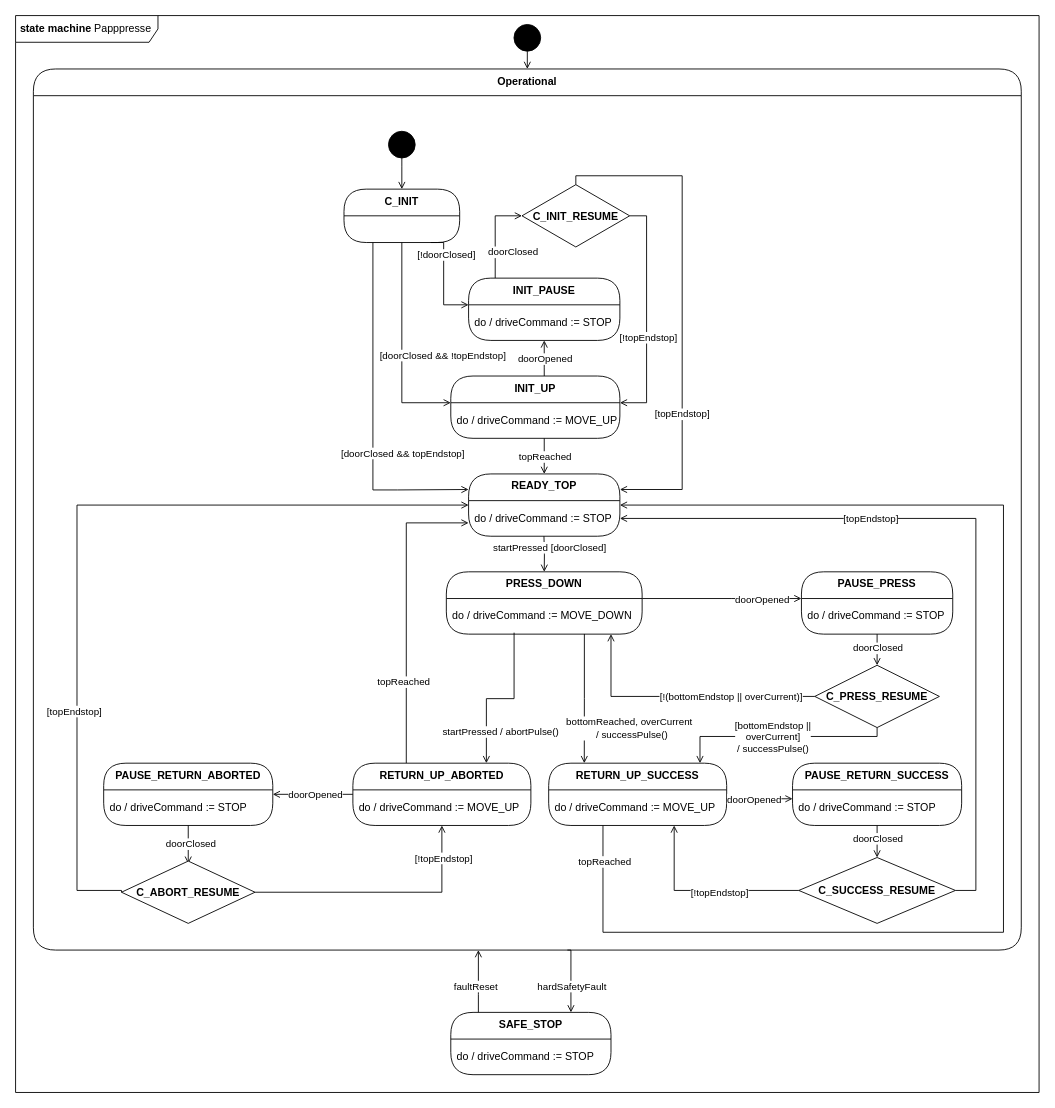
niklasdathe/Papppresse keeps this draw.io diagram as diagrams/state machine Papppresse.drawio. Above is the earlier version. Source tidied: cells renumbered, new cells numbered last; positions are measured from the earlier drawing's top-left corner, leaving out a move shared by most shapes. Both pictures are drawn from the tidied source at 89%, with x=0, y=0 at pixel (15, 15).
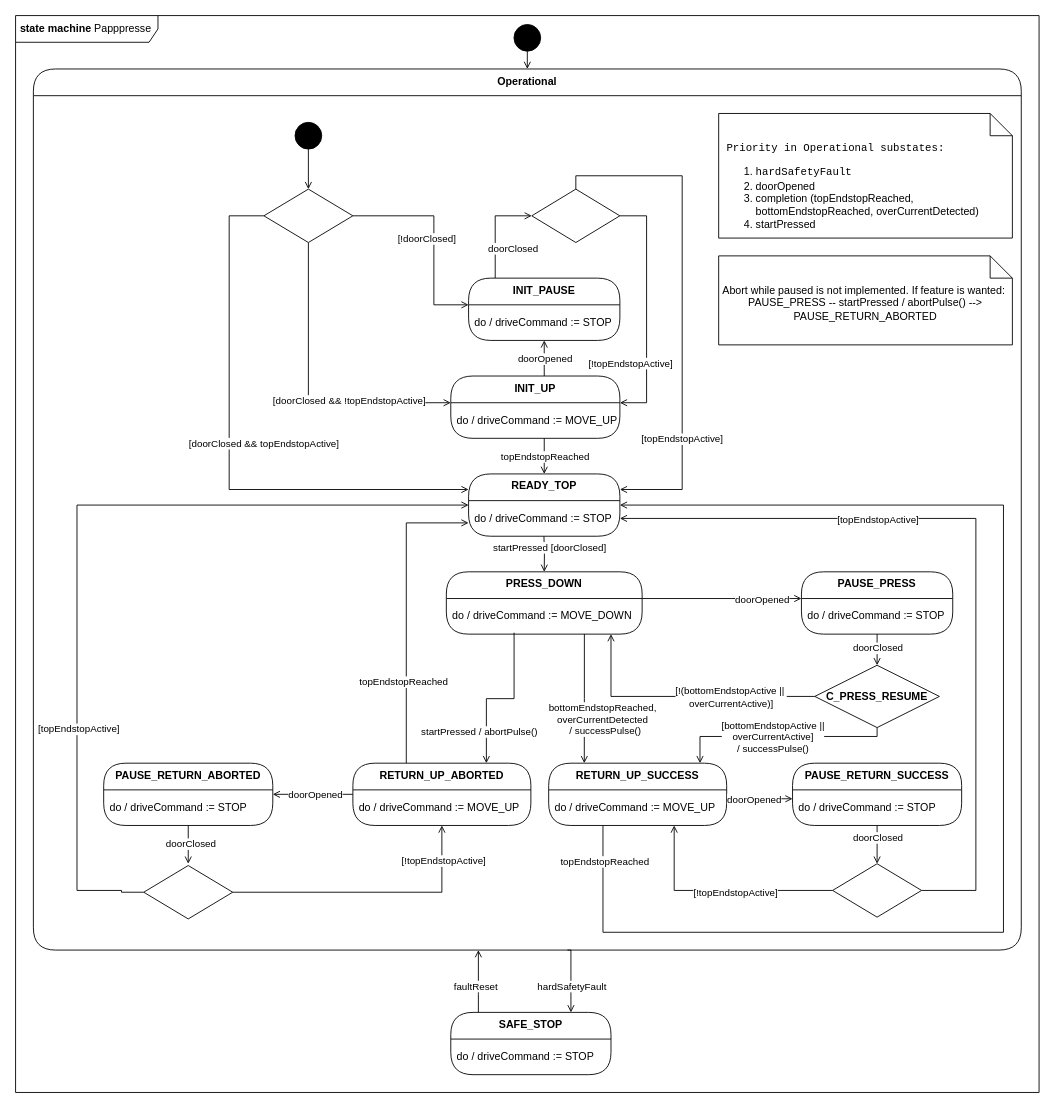
Above is the later version.

Unchanged cells that the change refers to:
```xml
<mxCell id="13" value="do / driveCommand := STOP" style="fillColor=none;strokeColor=none;align=left;verticalAlign=middle;spacingLeft=5;whiteSpace=wrap;html=1;" parent="12" vertex="1">
  <mxGeometry y="30" width="170" height="40" as="geometry" />
</mxCell>
<mxCell id="17" value="do / driveCommand := MOVE_UP" style="fillColor=none;strokeColor=none;align=left;verticalAlign=middle;spacingLeft=5;whiteSpace=wrap;html=1;" parent="16" vertex="1">
  <mxGeometry y="30" width="190" height="40" as="geometry" />
</mxCell>
<mxCell id="18" value="READY_TOP" style="swimlane;fontStyle=1;align=center;verticalAlign=top;horizontal=1;startSize=30;html=1;rounded=1;absoluteArcSize=1;arcSize=50;whiteSpace=wrap;" parent="1" vertex="1">
  <mxGeometry x="509" y="515" width="170" height="70" as="geometry" />
</mxCell>
<mxCell id="36" style="edgeStyle=orthogonalEdgeStyle;rounded=0;jettySize=auto;html=1;endArrow=open;endFill=0;" parent="1" edge="1" source="38" target="18">
  <mxGeometry relative="1" as="geometry">
    <Array as="points">
      <mxPoint x="439" y="570" />
    </Array>
  </mxGeometry>
</mxCell>
<mxCell id="49" style="edgeStyle=orthogonalEdgeStyle;rounded=0;jettySize=auto;html=1;entryX=0.5;entryY=0;entryDx=0;entryDy=0;endArrow=open;endFill=0;" parent="1" edge="1" source="17" target="18">
  <mxGeometry relative="1" as="geometry">
    <Array as="points">
      <mxPoint x="594" y="495" />
      <mxPoint x="594" y="495" />
    </Array>
  </mxGeometry>
</mxCell>
<mxCell id="51" style="edgeStyle=orthogonalEdgeStyle;rounded=0;jettySize=auto;html=1;entryX=1;entryY=0;entryDx=0;entryDy=0;exitX=1;exitY=0.5;exitDx=0;exitDy=0;endArrow=open;endFill=0;" parent="1" edge="1" source="84" target="17">
  <mxGeometry relative="1" as="geometry">
    <Array as="points">
      <mxPoint x="709" y="225" />
      <mxPoint x="709" y="435" />
    </Array>
  </mxGeometry>
</mxCell>
<mxCell id="54" style="edgeStyle=orthogonalEdgeStyle;rounded=0;jettySize=auto;html=1;entryX=1;entryY=0.25;entryDx=0;entryDy=0;exitX=0.5;exitY=0;exitDx=0;exitDy=0;endArrow=open;endFill=0;" parent="1" edge="1" source="84" target="18">
  <mxGeometry relative="1" as="geometry">
    <Array as="points">
      <mxPoint x="630" y="180" />
      <mxPoint x="749" y="180" />
      <mxPoint x="749" y="532" />
    </Array>
  </mxGeometry>
</mxCell>
<mxCell id="58" style="edgeStyle=orthogonalEdgeStyle;rounded=0;jettySize=auto;html=1;endArrow=open;endFill=0;exitX=0.5;exitY=1;exitDx=0;exitDy=0;" parent="1" edge="1" source="85" target="28">
  <mxGeometry relative="1" as="geometry">
    <Array as="points">
      <mxPoint x="968" y="810" />
      <mxPoint x="769" y="810" />
    </Array>
  </mxGeometry>
</mxCell>
<mxCell id="60" style="edgeStyle=orthogonalEdgeStyle;rounded=0;jettySize=auto;html=1;exitX=0;exitY=0.5;exitDx=0;exitDy=0;endArrow=open;endFill=0;" parent="1" edge="1" source="85" target="23">
  <mxGeometry relative="1" as="geometry">
    <Array as="points">
      <mxPoint x="669" y="765" />
    </Array>
  </mxGeometry>
</mxCell>
<mxCell id="64" style="edgeStyle=orthogonalEdgeStyle;rounded=0;jettySize=auto;html=1;entryX=1;entryY=0.5;entryDx=0;entryDy=0;endArrow=open;endFill=0;exitX=1;exitY=0.5;exitDx=0;exitDy=0;" parent="1" edge="1" source="86" target="19">
  <mxGeometry relative="1" as="geometry">
    <Array as="points">
      <mxPoint x="1079" y="983" />
      <mxPoint x="1079" y="565" />
    </Array>
  </mxGeometry>
</mxCell>
<mxCell id="66" style="edgeStyle=orthogonalEdgeStyle;rounded=0;jettySize=auto;html=1;endArrow=open;endFill=0;exitX=0;exitY=0.5;exitDx=0;exitDy=0;" parent="1" edge="1" source="86" target="28">
  <mxGeometry relative="1" as="geometry">
    <Array as="points">
      <mxPoint x="740" y="983" />
    </Array>
  </mxGeometry>
</mxCell>
<mxCell id="68" style="edgeStyle=orthogonalEdgeStyle;rounded=0;jettySize=auto;html=1;endArrow=open;endFill=0;exitX=0.705;exitY=0.996;exitDx=0;exitDy=0;exitPerimeter=0;" parent="1" edge="1" source="23">
  <mxGeometry relative="1" as="geometry">
    <mxPoint x="639" y="840" as="targetPoint" />
  </mxGeometry>
</mxCell>
<mxCell id="72" style="edgeStyle=orthogonalEdgeStyle;rounded=0;jettySize=auto;html=1;endArrow=open;endFill=0;jumpStyle=arc;" parent="1" edge="1" source="28" target="18">
  <mxGeometry relative="1" as="geometry">
    <Array as="points">
      <mxPoint x="660" y="1030" />
      <mxPoint x="1110" y="1030" />
      <mxPoint x="1110" y="550" />
    </Array>
  </mxGeometry>
</mxCell>
<mxCell id="74" style="edgeStyle=orthogonalEdgeStyle;rounded=0;jettySize=auto;html=1;entryX=0.75;entryY=0;entryDx=0;entryDy=0;exitX=0.346;exitY=0.959;exitDx=0;exitDy=0;exitPerimeter=0;endArrow=open;endFill=0;" parent="1" edge="1" source="23" target="38">
  <mxGeometry relative="1" as="geometry" />
</mxCell>
<mxCell id="76" style="edgeStyle=orthogonalEdgeStyle;rounded=0;jettySize=auto;html=1;endArrow=open;endFill=0;exitX=0;exitY=0.5;exitDx=0;exitDy=0;" parent="1" edge="1" source="87" target="18">
  <mxGeometry relative="1" as="geometry">
    <Array as="points">
      <mxPoint x="119" y="983" />
      <mxPoint x="69" y="983" />
      <mxPoint x="69" y="550" />
    </Array>
  </mxGeometry>
</mxCell>
<mxCell id="78" style="edgeStyle=orthogonalEdgeStyle;rounded=0;jettySize=auto;html=1;endArrow=open;endFill=0;exitX=1;exitY=0.5;exitDx=0;exitDy=0;" parent="1" edge="1" source="87" target="38">
  <mxGeometry relative="1" as="geometry" />
</mxCell>
```

Diff of the diagram source:
```diff
@@
-    <mxCell id="37" value="topReached" style="edgeLabel;html=1;align=center;verticalAlign=middle;" parent="36" vertex="1">
+    <mxCell id="37" value="topEndstopReached" style="edgeLabel;html=1;align=center;verticalAlign=middle;" parent="36" vertex="1">
       <mxGeometry x="-0.46" y="4" relative="1" as="geometry" />
     </mxCell>
@@
-    <mxCell id="41" style="edgeStyle=orthogonalEdgeStyle;rounded=0;jettySize=auto;html=1;entryX=0.5;entryY=0;entryDx=0;entryDy=0;endArrow=open;endFill=0;exitX=0.5;exitY=1;exitDx=0;exitDy=0;" parent="1" edge="1" target="48">
-      <mxGeometry relative="1" as="geometry">
-        <mxPoint x="434" y="160" as="sourcePoint" />
-        <Array as="points">
-          <mxPoint x="434" y="170" />
-          <mxPoint x="434" y="170" />
-        </Array>
-      </mxGeometry>
+    <mxCell id="41" style="edgeStyle=orthogonalEdgeStyle;rounded=0;jettySize=auto;html=1;entryX=0.5;entryY=0;entryDx=0;entryDy=0;endArrow=open;endFill=0;" parent="1" edge="1" source="83" target="88">
+      <mxGeometry relative="1" as="geometry" />
     </mxCell>
-    <mxCell id="42" style="edgeStyle=orthogonalEdgeStyle;rounded=0;jettySize=auto;html=1;exitX=0.75;exitY=1;exitDx=0;exitDy=0;entryX=0;entryY=0;entryDx=0;entryDy=0;endArrow=open;endFill=0;" parent="1" edge="1" source="48" target="13">
+    <mxCell id="42" style="edgeStyle=orthogonalEdgeStyle;rounded=0;jettySize=auto;html=1;exitX=1;exitY=0.5;exitDx=0;exitDy=0;entryX=0;entryY=0;entryDx=0;entryDy=0;endArrow=open;endFill=0;" parent="1" edge="1" source="88" target="13">
       <mxGeometry relative="1" as="geometry">
         <Array as="points">
-          <mxPoint x="481" y="325" />
+          <mxPoint x="470" y="225" />
+          <mxPoint x="470" y="325" />
         </Array>
       </mxGeometry>
     </mxCell>
     <mxCell id="43" value="[!doorClosed]" style="edgeLabel;html=1;align=center;verticalAlign=middle;" parent="42" vertex="1">
-      <mxGeometry x="-0.5" y="2" relative="1" as="geometry" />
+      <mxGeometry x="-0.5" y="2" relative="1" as="geometry">
+        <mxPoint x="24" y="27" as="offset" />
+      </mxGeometry>
     </mxCell>
-    <mxCell id="44" style="edgeStyle=orthogonalEdgeStyle;rounded=0;jettySize=auto;html=1;exitX=0.5;exitY=1;exitDx=0;exitDy=0;entryX=0;entryY=0;entryDx=0;entryDy=0;endArrow=open;endFill=0;" parent="1" edge="1" source="48" target="17">
+    <mxCell id="44" style="edgeStyle=orthogonalEdgeStyle;rounded=0;jettySize=auto;html=1;exitX=0.5;exitY=1;exitDx=0;exitDy=0;entryX=0;entryY=0;entryDx=0;entryDy=0;endArrow=open;endFill=0;" parent="1" edge="1" source="88" target="17">
       <mxGeometry relative="1" as="geometry">
         <Array as="points">
-          <mxPoint x="434" y="435" />
+          <mxPoint x="329" y="435" />
         </Array>
       </mxGeometry>
     </mxCell>
-    <mxCell id="45" value="[doorClosed &amp;amp;&amp;amp; !topEndstop]" style="edgeLabel;html=1;align=center;verticalAlign=middle;" parent="44" vertex="1">
+    <mxCell id="45" value="[doorClosed &amp;amp;&amp;amp; !topEndstopActive]" style="edgeLabel;html=1;align=center;verticalAlign=middle;" parent="44" vertex="1">
       <mxGeometry x="-0.03" y="-4" relative="1" as="geometry">
         <mxPoint x="49" y="12" as="offset" />
       </mxGeometry>
     </mxCell>
-    <mxCell id="46" style="edgeStyle=orthogonalEdgeStyle;rounded=0;jettySize=auto;html=1;exitX=0.25;exitY=1;exitDx=0;exitDy=0;entryX=0;entryY=0.25;entryDx=0;entryDy=0;endArrow=open;endFill=0;" parent="1" edge="1" source="48" target="18">
+    <mxCell id="46" style="edgeStyle=orthogonalEdgeStyle;rounded=0;jettySize=auto;html=1;exitX=0;exitY=0.5;exitDx=0;exitDy=0;entryX=0;entryY=0.25;entryDx=0;entryDy=0;endArrow=open;endFill=0;" parent="1" edge="1" source="88" target="18">
       <mxGeometry relative="1" as="geometry">
         <Array as="points">
-          <mxPoint x="402" y="533" />
-          <mxPoint x="429" y="533" />
+          <mxPoint x="240" y="225" />
+          <mxPoint x="240" y="532" />
         </Array>
       </mxGeometry>
     </mxCell>
-    <mxCell id="47" value="[doorClosed &amp;amp;&amp;amp; topEndstop]" style="edgeLabel;html=1;align=center;verticalAlign=middle;" parent="46" vertex="1">
+    <mxCell id="47" value="[doorClosed &amp;amp;&amp;amp; topEndstopActive]" style="edgeLabel;html=1;align=center;verticalAlign=middle;" parent="46" vertex="1">
       <mxGeometry x="0.17" relative="1" as="geometry">
-        <mxPoint x="33" y="10" as="offset" />
+        <mxPoint x="25" y="-52" as="offset" />
       </mxGeometry>
     </mxCell>
-    <mxCell id="48" value="C_INIT" style="swimlane;fontStyle=1;align=center;verticalAlign=top;horizontal=1;startSize=30;html=1;rounded=1;absoluteArcSize=1;arcSize=50;whiteSpace=wrap;" parent="1" vertex="1">
-      <mxGeometry x="369" y="195" width="130" height="60" as="geometry" />
-    </mxCell>
@@
-    <mxCell id="50" value="topReached" style="edgeLabel;html=1;align=center;verticalAlign=middle;" parent="49" vertex="1">
+    <mxCell id="50" value="topEndstopReached" style="edgeLabel;html=1;align=center;verticalAlign=middle;" parent="49" vertex="1">
       <mxGeometry x="-0.13" y="-1" relative="1" as="geometry">
         <mxPoint x="1" y="3" as="offset" />
       </mxGeometry>
     </mxCell>
@@
-    <mxCell id="53" value="[!topEndstop]" style="edgeLabel;html=1;align=center;verticalAlign=middle;" parent="51" vertex="1">
-      <mxGeometry x="0.2" y="1" relative="1" as="geometry" />
+    <mxCell id="53" value="[!topEndstopActive]" style="edgeLabel;html=1;align=center;verticalAlign=middle;" parent="51" vertex="1">
+      <mxGeometry x="0.2" y="1" relative="1" as="geometry">
+        <mxPoint x="-20" y="33" as="offset" />
+      </mxGeometry>
     </mxCell>
@@
-    <mxCell id="55" value="[topEndstop]" style="edgeLabel;html=1;align=center;verticalAlign=middle;" parent="54" vertex="1">
-      <mxGeometry x="0.44" y="-1" relative="1" as="geometry" />
+    <mxCell id="55" value="[topEndstopActive]" style="edgeLabel;html=1;align=center;verticalAlign=middle;" parent="54" vertex="1">
+      <mxGeometry x="0.44" y="-1" relative="1" as="geometry">
+        <mxPoint y="29" as="offset" />
+      </mxGeometry>
     </mxCell>
@@
-    <mxCell id="59" value="[bottomEndstop ||&lt;div&gt;&amp;nbsp;overCurrent]&amp;nbsp;&lt;div&gt;/ successPulse()&lt;/div&gt;&lt;/div&gt;" style="edgeLabel;html=1;align=center;verticalAlign=middle;" parent="58" vertex="1">
+    <mxCell id="59" value="[bottomEndstopActive ||&lt;div&gt;&amp;nbsp;overCurrentActive]&amp;nbsp;&lt;div&gt;/ successPulse()&lt;/div&gt;&lt;/div&gt;" style="edgeLabel;html=1;align=center;verticalAlign=middle;" parent="58" vertex="1">
       <mxGeometry x="0.33" relative="1" as="geometry">
         <mxPoint x="31" as="offset" />
       </mxGeometry>
     </mxCell>
@@
-    <mxCell id="61" value="[!(bottomEndstop || overCurrent)]" style="edgeLabel;html=1;align=center;verticalAlign=middle;" parent="60" vertex="1">
+    <mxCell id="61" value="[!(bottomEndstopActive ||&amp;nbsp;&lt;div&gt;overCurrentActive)]&lt;/div&gt;" style="edgeLabel;html=1;align=center;verticalAlign=middle;" parent="60" vertex="1">
       <mxGeometry x="-0.09" y="-1" relative="1" as="geometry">
         <mxPoint x="41" y="1" as="offset" />
       </mxGeometry>
     </mxCell>
@@
-    <mxCell id="65" value="[topEndstop]" style="edgeLabel;html=1;align=center;verticalAlign=middle;" parent="64" vertex="1">
+    <mxCell id="65" value="[topEndstopActive]" style="edgeLabel;html=1;align=center;verticalAlign=middle;" parent="64" vertex="1">
       <mxGeometry x="0.07" relative="1" as="geometry">
-        <mxPoint x="-110" as="offset" />
+        <mxPoint x="-111" y="-8" as="offset" />
       </mxGeometry>
     </mxCell>
@@
-    <mxCell id="67" value="[!topEndstop]" style="edgeLabel;html=1;align=center;verticalAlign=middle;" parent="66" vertex="1">
+    <mxCell id="67" value="[!topEndstopActive]" style="edgeLabel;html=1;align=center;verticalAlign=middle;" parent="66" vertex="1">
       <mxGeometry x="0.04" relative="1" as="geometry">
         <mxPoint x="21" y="2" as="offset" />
       </mxGeometry>
     </mxCell>
@@
-    <mxCell id="69" value="bottomReached, overCurrent&amp;nbsp;&lt;div&gt;&amp;nbsp;/ successPulse()&lt;/div&gt;" style="edgeLabel;html=1;align=center;verticalAlign=middle;" parent="68" vertex="1">
+    <mxCell id="69" value="bottomEndstopReached,&amp;nbsp;&lt;div&gt;overCurrentDetected&amp;nbsp;&lt;div&gt;&amp;nbsp;/ successPulse()&lt;/div&gt;&lt;/div&gt;" style="edgeLabel;html=1;align=center;verticalAlign=middle;" parent="68" vertex="1">
       <mxGeometry x="0.14" y="-3" relative="1" as="geometry">
-        <mxPoint x="54" y="23" as="offset" />
+        <mxPoint x="24" y="13" as="offset" />
       </mxGeometry>
     </mxCell>
@@
-    <mxCell id="73" value="topReached" style="edgeLabel;html=1;align=center;verticalAlign=middle;" parent="72" vertex="1">
+    <mxCell id="73" value="topEndstopReached" style="edgeLabel;html=1;align=center;verticalAlign=middle;" parent="72" vertex="1">
       <mxGeometry x="-0.25" y="1" relative="1" as="geometry">
         <mxPoint x="-434" y="-79" as="offset" />
       </mxGeometry>
     </mxCell>
@@
     <mxCell id="75" value="startPressed / abortPulse()" style="edgeLabel;html=1;align=center;verticalAlign=middle;" parent="74" vertex="1">
       <mxGeometry x="0.59" y="-1" relative="1" as="geometry">
-        <mxPoint x="16" y="1" as="offset" />
+        <mxPoint x="-8" y="1" as="offset" />
       </mxGeometry>
     </mxCell>
@@
-    <mxCell id="77" value="[topEndstop]" style="edgeLabel;html=1;align=center;verticalAlign=middle;" parent="76" vertex="1">
-      <mxGeometry x="-0.45" y="4" relative="1" as="geometry" />
+    <mxCell id="77" value="[topEndstopActive]" style="edgeLabel;html=1;align=center;verticalAlign=middle;" parent="76" vertex="1">
+      <mxGeometry x="-0.45" y="4" relative="1" as="geometry">
+        <mxPoint x="5" y="2" as="offset" />
+      </mxGeometry>
     </mxCell>
@@
-    <mxCell id="79" value="[!topEndstop]" style="edgeLabel;html=1;align=center;verticalAlign=middle;" parent="78" vertex="1">
+    <mxCell id="79" value="[!topEndstopActive]" style="edgeLabel;html=1;align=center;verticalAlign=middle;" parent="78" vertex="1">
       <mxGeometry x="0.74" y="-1" relative="1" as="geometry">
         <mxPoint y="-1" as="offset" />
       </mxGeometry>
     </mxCell>
@@
     <mxCell id="83" style="ellipse;fillColor=strokeColor;html=1;" parent="1" vertex="1">
-      <mxGeometry x="419" y="130" width="30" height="30" as="geometry" />
+      <mxGeometry x="314" y="120" width="30" height="30" as="geometry" />
     </mxCell>
-    <mxCell id="84" value="C_INIT_RESUME" style="rhombus;fontStyle=1;" parent="1" vertex="1">
-      <mxGeometry x="569" y="190" width="121" height="70" as="geometry" />
+    <mxCell id="84" style="rhombus;fontStyle=1;" parent="1" vertex="1">
+      <mxGeometry x="580" y="195" width="99" height="60" as="geometry" />
     </mxCell>
@@
-    <mxCell id="86" value="C_SUCCESS_RESUME" style="rhombus;fontStyle=1;" parent="1" vertex="1">
-      <mxGeometry x="880" y="946" width="176" height="74" as="geometry" />
+    <mxCell id="86" style="rhombus;fontStyle=1;" parent="1" vertex="1">
+      <mxGeometry x="918" y="953" width="100" height="60" as="geometry" />
     </mxCell>
-    <mxCell id="87" value="C_ABORT_RESUME" style="rhombus;fontStyle=1;" parent="1" vertex="1">
-      <mxGeometry x="119" y="950" width="150" height="70" as="geometry" />
+    <mxCell id="87" style="rhombus;fontStyle=1;" parent="1" vertex="1">
+      <mxGeometry x="144" y="955" width="100" height="60" as="geometry" />
     </mxCell>
+    <mxCell id="88" style="rhombus;fontStyle=1;" parent="1" vertex="1">
+      <mxGeometry x="279" y="195" width="100" height="60" as="geometry" />
+    </mxCell>
+    <mxCell id="89" value="&lt;div&gt;&lt;font face=&quot;monospace&quot;&gt;&amp;nbsp;Priority in Operational substates:&lt;/font&gt;&lt;/div&gt;&lt;div&gt;&lt;ol&gt;&lt;li&gt;&lt;font face=&quot;monospace&quot;&gt;hardSafetyFault&lt;/font&gt;&lt;/li&gt;&lt;li&gt;doorOpened&lt;/li&gt;&lt;li&gt;completion (topEndstopReached, bottomEndstopReached, overCurrentDetected)&lt;/li&gt;&lt;li&gt;startPressed&lt;/li&gt;&lt;/ol&gt;&lt;/div&gt;" style="shape=note2;boundedLbl=1;whiteSpace=wrap;html=1;size=25;verticalAlign=top;align=left;" parent="1" vertex="1">
+      <mxGeometry x="790" y="110" width="330" height="140" as="geometry" />
+    </mxCell>
+    <mxCell id="90" value="Abort while paused is not implemented. If feature is wanted:&amp;nbsp;&lt;br&gt;PAUSE_PRESS -- startPressed / abortPulse() --&amp;gt; PAUSE_RETURN_ABORTED" style="shape=note2;boundedLbl=1;whiteSpace=wrap;html=1;size=25;verticalAlign=top;align=center;" parent="1" vertex="1">
+      <mxGeometry x="790" y="270" width="330" height="100" as="geometry" />
+    </mxCell>
```
